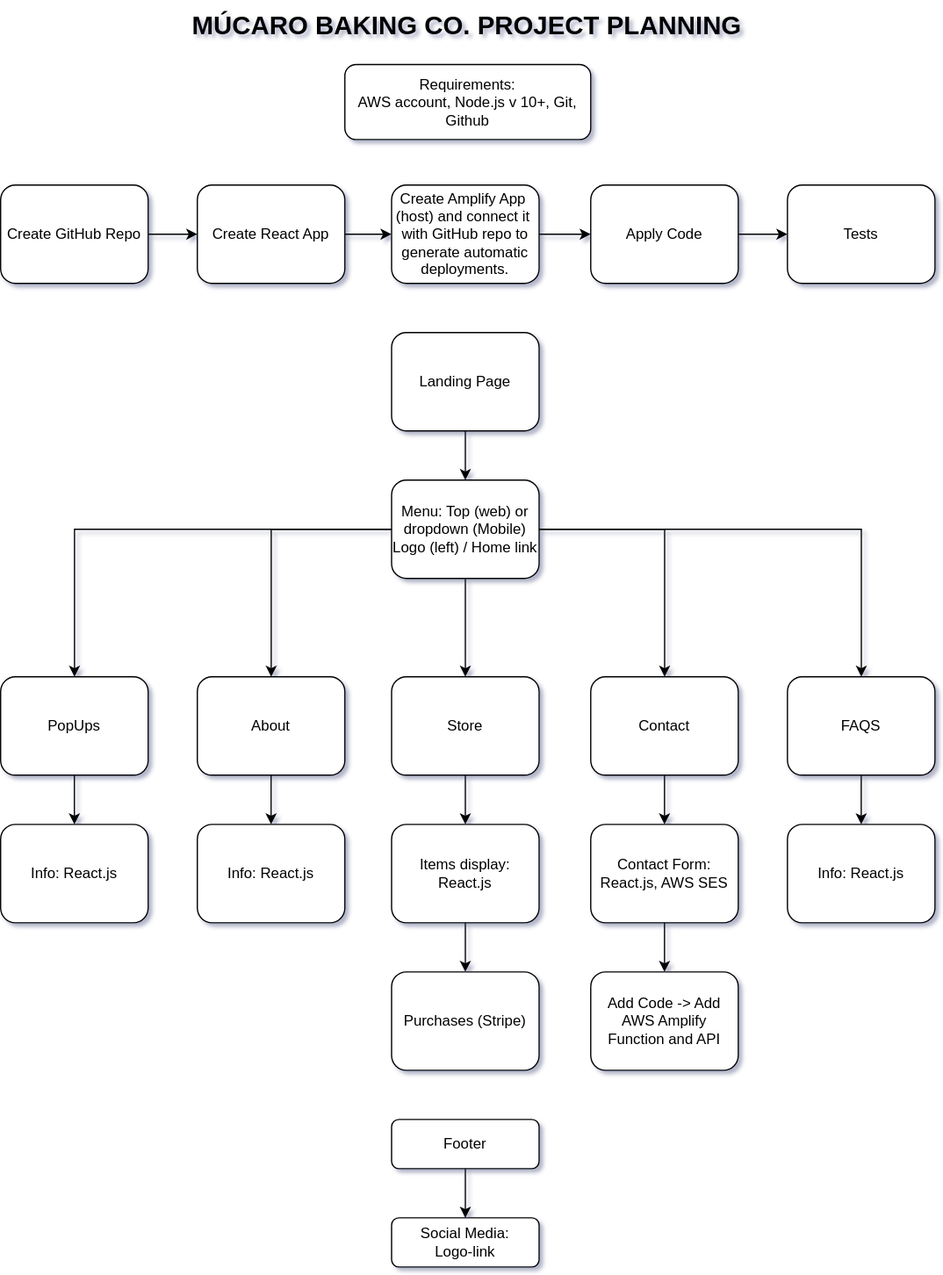
Ugonz86/MucaroBakingCo keeps this draw.io diagram as MucaroBakingCo.drawio.svg. Above is the earlier version. Source tidied: cells renumbered, new cells last; positions are measured from the earlier drawing's top-left corner, leaving out a move shared by most shapes.
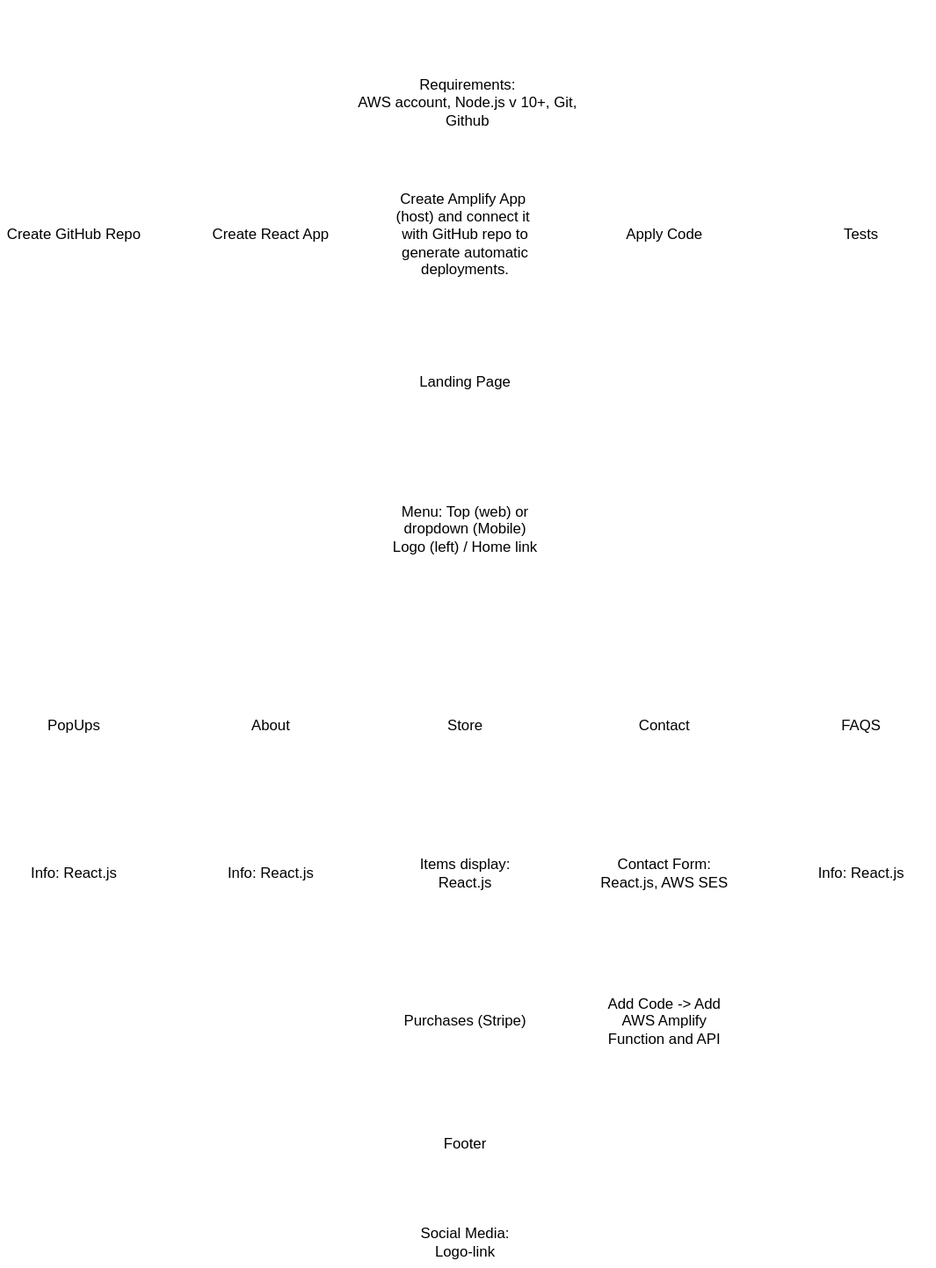
Above is the later version.

Change to the diagram source:
```diff
@@ -1,128 +1,131 @@
-<mxGraphModel>
+<mxGraphModel background="#ffffff">
   <root>
     <mxCell id="0" />
     <mxCell id="1" parent="0" />
-    <mxCell id="2" style="edgeStyle=orthogonalEdgeStyle;rounded=0;jettySize=auto;html=1;" parent="1" edge="1" source="3" target="9">
+    <mxCell id="2" style="edgeStyle=orthogonalEdgeStyle;rounded=0;jettySize=auto;html=1;shadow=0;labelBackgroundColor=none;strokeColor=#FFFFFF;" parent="1" edge="1" source="3" target="9">
       <mxGeometry relative="1" as="geometry" />
     </mxCell>
-    <mxCell id="3" value="Landing Page" style="rounded=1;whiteSpace=wrap;html=1;" parent="1" vertex="1">
+    <mxCell id="3" value="Landing Page" style="rounded=1;whiteSpace=wrap;html=1;shadow=0;labelBackgroundColor=none;strokeColor=#FFFFFF;" parent="1" vertex="1">
       <mxGeometry x="318" y="270" width="120" height="80" as="geometry" />
     </mxCell>
-    <mxCell id="4" style="edgeStyle=orthogonalEdgeStyle;rounded=0;jettySize=auto;html=1;" parent="1" edge="1" source="9" target="11">
+    <mxCell id="4" style="edgeStyle=orthogonalEdgeStyle;rounded=0;jettySize=auto;html=1;shadow=0;labelBackgroundColor=none;strokeColor=#FFFFFF;" parent="1" edge="1" source="9" target="11">
       <mxGeometry relative="1" as="geometry" />
     </mxCell>
-    <mxCell id="5" style="edgeStyle=orthogonalEdgeStyle;rounded=0;jettySize=auto;html=1;" parent="1" edge="1" source="9" target="16">
+    <mxCell id="5" style="edgeStyle=orthogonalEdgeStyle;rounded=0;jettySize=auto;html=1;shadow=0;labelBackgroundColor=none;strokeColor=#FFFFFF;" parent="1" edge="1" source="9" target="16">
       <mxGeometry relative="1" as="geometry" />
     </mxCell>
-    <mxCell id="6" style="edgeStyle=orthogonalEdgeStyle;rounded=0;jettySize=auto;html=1;" parent="1" edge="1" source="9" target="18">
+    <mxCell id="6" style="edgeStyle=orthogonalEdgeStyle;rounded=0;jettySize=auto;html=1;shadow=0;labelBackgroundColor=none;strokeColor=#FFFFFF;" parent="1" edge="1" source="9" target="18">
       <mxGeometry relative="1" as="geometry" />
     </mxCell>
-    <mxCell id="7" style="edgeStyle=orthogonalEdgeStyle;rounded=0;jettySize=auto;html=1;" parent="1" edge="1" source="9" target="20">
+    <mxCell id="7" style="edgeStyle=orthogonalEdgeStyle;rounded=0;jettySize=auto;html=1;shadow=0;labelBackgroundColor=none;strokeColor=#FFFFFF;" parent="1" edge="1" source="9" target="20">
       <mxGeometry relative="1" as="geometry" />
     </mxCell>
-    <mxCell id="8" style="edgeStyle=orthogonalEdgeStyle;rounded=0;jettySize=auto;html=1;" parent="1" edge="1" source="9" target="22">
+    <mxCell id="8" style="edgeStyle=orthogonalEdgeStyle;rounded=0;jettySize=auto;html=1;shadow=0;labelBackgroundColor=none;strokeColor=#FFFFFF;" parent="1" edge="1" source="9" target="22">
       <mxGeometry relative="1" as="geometry" />
     </mxCell>
-    <mxCell id="9" value="Menu: Top (web) or dropdown (Mobile)&lt;br&gt;Logo (left) / Home link" style="rounded=1;whiteSpace=wrap;html=1;" parent="1" vertex="1">
+    <mxCell id="9" value="Menu: Top (web) or dropdown (Mobile)&lt;br&gt;Logo (left) / Home link" style="rounded=1;whiteSpace=wrap;html=1;shadow=0;labelBackgroundColor=none;strokeColor=#FFFFFF;" parent="1" vertex="1">
       <mxGeometry x="318" y="390" width="120" height="80" as="geometry" />
     </mxCell>
-    <mxCell id="10" style="edgeStyle=orthogonalEdgeStyle;rounded=0;jettySize=auto;html=1;" parent="1" edge="1" source="11" target="13">
+    <mxCell id="10" style="edgeStyle=orthogonalEdgeStyle;rounded=0;jettySize=auto;html=1;shadow=0;labelBackgroundColor=none;strokeColor=#FFFFFF;" parent="1" edge="1" source="11" target="13">
       <mxGeometry relative="1" as="geometry" />
     </mxCell>
-    <mxCell id="11" value="Store" style="rounded=1;whiteSpace=wrap;html=1;" parent="1" vertex="1">
+    <mxCell id="11" value="Store" style="rounded=1;whiteSpace=wrap;html=1;shadow=0;labelBackgroundColor=none;strokeColor=#FFFFFF;" parent="1" vertex="1">
       <mxGeometry x="318" y="550" width="120" height="80" as="geometry" />
     </mxCell>
-    <mxCell id="12" style="edgeStyle=orthogonalEdgeStyle;rounded=0;jettySize=auto;html=1;" parent="1" edge="1" source="13" target="14">
+    <mxCell id="12" style="edgeStyle=orthogonalEdgeStyle;rounded=0;jettySize=auto;html=1;shadow=0;labelBackgroundColor=none;strokeColor=#FFFFFF;" parent="1" edge="1" source="13" target="14">
       <mxGeometry relative="1" as="geometry" />
     </mxCell>
-    <mxCell id="13" value="Items display:&lt;br&gt;React.js" style="rounded=1;whiteSpace=wrap;html=1;" parent="1" vertex="1">
+    <mxCell id="13" value="Items display:&lt;br&gt;React.js" style="rounded=1;whiteSpace=wrap;html=1;shadow=0;labelBackgroundColor=none;strokeColor=#FFFFFF;" parent="1" vertex="1">
       <mxGeometry x="318" y="670" width="120" height="80" as="geometry" />
     </mxCell>
-    <mxCell id="14" value="Purchases (Stripe)" style="rounded=1;whiteSpace=wrap;html=1;" parent="1" vertex="1">
+    <mxCell id="14" value="Purchases (Stripe)" style="rounded=1;whiteSpace=wrap;html=1;shadow=0;labelBackgroundColor=none;strokeColor=#FFFFFF;" parent="1" vertex="1">
       <mxGeometry x="318" y="790" width="120" height="80" as="geometry" />
     </mxCell>
-    <mxCell id="15" style="edgeStyle=orthogonalEdgeStyle;rounded=0;jettySize=auto;html=1;" parent="1" edge="1" source="16" target="26">
+    <mxCell id="15" style="edgeStyle=orthogonalEdgeStyle;rounded=0;jettySize=auto;html=1;shadow=0;labelBackgroundColor=none;strokeColor=#FFFFFF;" parent="1" edge="1" source="16" target="26">
       <mxGeometry relative="1" as="geometry" />
     </mxCell>
-    <mxCell id="16" value="About" style="rounded=1;whiteSpace=wrap;html=1;" parent="1" vertex="1">
+    <mxCell id="16" value="About" style="rounded=1;whiteSpace=wrap;html=1;shadow=0;labelBackgroundColor=none;strokeColor=#FFFFFF;" parent="1" vertex="1">
       <mxGeometry x="160" y="550" width="120" height="80" as="geometry" />
     </mxCell>
-    <mxCell id="17" style="edgeStyle=orthogonalEdgeStyle;rounded=0;jettySize=auto;html=1;" parent="1" edge="1" source="18" target="24">
+    <mxCell id="17" style="edgeStyle=orthogonalEdgeStyle;rounded=0;jettySize=auto;html=1;shadow=0;labelBackgroundColor=none;strokeColor=#FFFFFF;" parent="1" edge="1" source="18" target="24">
       <mxGeometry relative="1" as="geometry" />
     </mxCell>
-    <mxCell id="18" value="Contact" style="rounded=1;whiteSpace=wrap;html=1;" parent="1" vertex="1">
+    <mxCell id="18" value="Contact" style="rounded=1;whiteSpace=wrap;html=1;shadow=0;labelBackgroundColor=none;strokeColor=#FFFFFF;" parent="1" vertex="1">
       <mxGeometry x="480" y="550" width="120" height="80" as="geometry" />
     </mxCell>
-    <mxCell id="19" style="edgeStyle=orthogonalEdgeStyle;rounded=0;jettySize=auto;html=1;" parent="1" edge="1" source="20" target="27">
+    <mxCell id="19" style="edgeStyle=orthogonalEdgeStyle;rounded=0;jettySize=auto;html=1;shadow=0;labelBackgroundColor=none;strokeColor=#FFFFFF;" parent="1" edge="1" source="20" target="27">
       <mxGeometry relative="1" as="geometry" />
     </mxCell>
-    <mxCell id="20" value="PopUps" style="whiteSpace=wrap;html=1;rounded=1;" parent="1" vertex="1">
+    <mxCell id="20" value="PopUps" style="whiteSpace=wrap;html=1;rounded=1;shadow=0;labelBackgroundColor=none;strokeColor=#FFFFFF;" parent="1" vertex="1">
       <mxGeometry y="550" width="120" height="80" as="geometry" />
     </mxCell>
-    <mxCell id="21" style="edgeStyle=orthogonalEdgeStyle;rounded=0;jettySize=auto;html=1;" parent="1" edge="1" source="22" target="25">
+    <mxCell id="21" style="edgeStyle=orthogonalEdgeStyle;rounded=0;jettySize=auto;html=1;shadow=0;labelBackgroundColor=none;strokeColor=#FFFFFF;" parent="1" edge="1" source="22" target="25">
       <mxGeometry relative="1" as="geometry" />
     </mxCell>
-    <mxCell id="22" value="FAQS" style="whiteSpace=wrap;html=1;rounded=1;" parent="1" vertex="1">
+    <mxCell id="22" value="FAQS" style="whiteSpace=wrap;html=1;rounded=1;shadow=0;labelBackgroundColor=none;strokeColor=#FFFFFF;" parent="1" vertex="1">
       <mxGeometry x="640" y="550" width="120" height="80" as="geometry" />
     </mxCell>
-    <mxCell id="23" style="edgeStyle=orthogonalEdgeStyle;rounded=0;jettySize=auto;html=1;" parent="1" edge="1" source="24" target="42">
+    <mxCell id="23" style="edgeStyle=orthogonalEdgeStyle;rounded=0;jettySize=auto;html=1;shadow=0;labelBackgroundColor=none;strokeColor=#FFFFFF;" parent="1" edge="1" source="24" target="42">
       <mxGeometry relative="1" as="geometry" />
     </mxCell>
-    <mxCell id="24" value="Contact Form:&lt;br&gt;React.js, AWS SES" style="whiteSpace=wrap;html=1;rounded=1;" parent="1" vertex="1">
+    <mxCell id="24" value="Contact Form:&lt;br&gt;React.js, AWS SES" style="whiteSpace=wrap;html=1;rounded=1;shadow=0;labelBackgroundColor=none;strokeColor=#FFFFFF;" parent="1" vertex="1">
       <mxGeometry x="480" y="670" width="120" height="80" as="geometry" />
     </mxCell>
-    <mxCell id="25" value="Info: React.js" style="whiteSpace=wrap;html=1;rounded=1;" parent="1" vertex="1">
+    <mxCell id="25" value="Info: React.js" style="whiteSpace=wrap;html=1;rounded=1;shadow=0;labelBackgroundColor=none;strokeColor=#FFFFFF;" parent="1" vertex="1">
       <mxGeometry x="640" y="670" width="120" height="80" as="geometry" />
     </mxCell>
-    <mxCell id="26" value="Info: React.js" style="whiteSpace=wrap;html=1;rounded=1;" parent="1" vertex="1">
+    <mxCell id="26" value="Info: React.js" style="whiteSpace=wrap;html=1;rounded=1;shadow=0;labelBackgroundColor=none;strokeColor=#FFFFFF;" parent="1" vertex="1">
       <mxGeometry x="160" y="670" width="120" height="80" as="geometry" />
     </mxCell>
-    <mxCell id="27" value="Info: React.js" style="whiteSpace=wrap;html=1;rounded=1;" parent="1" vertex="1">
+    <mxCell id="27" value="Info: React.js" style="whiteSpace=wrap;html=1;rounded=1;shadow=0;labelBackgroundColor=none;strokeColor=#FFFFFF;" parent="1" vertex="1">
       <mxGeometry y="670" width="120" height="80" as="geometry" />
     </mxCell>
-    <mxCell id="28" style="edgeStyle=orthogonalEdgeStyle;rounded=0;jettySize=auto;html=1;" parent="1" edge="1" source="29" target="30">
+    <mxCell id="28" style="edgeStyle=orthogonalEdgeStyle;rounded=0;jettySize=auto;html=1;shadow=0;labelBackgroundColor=none;strokeColor=#FFFFFF;" parent="1" edge="1" source="29" target="30">
       <mxGeometry relative="1" as="geometry" />
     </mxCell>
-    <mxCell id="29" value="Footer" style="rounded=1;whiteSpace=wrap;html=1;" parent="1" vertex="1">
+    <mxCell id="29" value="Footer" style="rounded=1;whiteSpace=wrap;html=1;shadow=0;labelBackgroundColor=none;strokeColor=#FFFFFF;" parent="1" vertex="1">
       <mxGeometry x="318" y="910" width="120" height="40" as="geometry" />
     </mxCell>
-    <mxCell id="30" value="Social Media:&lt;br&gt;Logo-link" style="rounded=1;whiteSpace=wrap;html=1;" parent="1" vertex="1">
+    <mxCell id="30" value="Social Media:&lt;br&gt;Logo-link" style="rounded=1;whiteSpace=wrap;html=1;shadow=0;labelBackgroundColor=none;strokeColor=#FFFFFF;" parent="1" vertex="1">
       <mxGeometry x="318" y="990" width="120" height="40" as="geometry" />
     </mxCell>
-    <mxCell id="31" style="edgeStyle=orthogonalEdgeStyle;rounded=0;jettySize=auto;html=1;" parent="1" edge="1" source="32" target="34">
+    <mxCell id="31" style="edgeStyle=orthogonalEdgeStyle;rounded=0;jettySize=auto;html=1;shadow=0;labelBackgroundColor=none;strokeColor=#FFFFFF;" parent="1" edge="1" source="32" target="34">
       <mxGeometry relative="1" as="geometry" />
     </mxCell>
+    <mxCell id="43" style="edgeStyle=orthogonalEdgeStyle;rounded=0;jettySize=auto;html=1;strokeColor=#FFFFFF;" parent="1" edge="1" source="32" target="34">
+      <mxGeometry relative="1" as="geometry" />
+    </mxCell>
-    <mxCell id="32" value="Create GitHub Repo" style="rounded=1;whiteSpace=wrap;html=1;" parent="1" vertex="1">
+    <mxCell id="32" value="Create GitHub Repo" style="rounded=1;whiteSpace=wrap;html=1;shadow=0;labelBackgroundColor=none;strokeColor=#FFFFFF;" parent="1" vertex="1">
       <mxGeometry y="150" width="120" height="80" as="geometry" />
     </mxCell>
-    <mxCell id="33" style="edgeStyle=orthogonalEdgeStyle;rounded=0;jettySize=auto;html=1;" parent="1" edge="1" source="34" target="36">
+    <mxCell id="33" style="edgeStyle=orthogonalEdgeStyle;rounded=0;jettySize=auto;html=1;shadow=0;labelBackgroundColor=none;strokeColor=#FFFFFF;" parent="1" edge="1" source="34" target="36">
       <mxGeometry relative="1" as="geometry" />
     </mxCell>
-    <mxCell id="34" value="Create React App" style="whiteSpace=wrap;html=1;rounded=1;" parent="1" vertex="1">
+    <mxCell id="34" value="Create React App" style="whiteSpace=wrap;html=1;rounded=1;shadow=0;labelBackgroundColor=none;strokeColor=#FFFFFF;" parent="1" vertex="1">
       <mxGeometry x="160" y="150" width="120" height="80" as="geometry" />
     </mxCell>
-    <mxCell id="35" style="edgeStyle=orthogonalEdgeStyle;rounded=0;jettySize=auto;html=1;" parent="1" edge="1" source="36" target="38">
+    <mxCell id="35" style="edgeStyle=orthogonalEdgeStyle;rounded=0;jettySize=auto;html=1;shadow=0;labelBackgroundColor=none;strokeColor=#FFFFFF;" parent="1" edge="1" source="36" target="38">
       <mxGeometry relative="1" as="geometry" />
     </mxCell>
-    <mxCell id="36" value="Create Amplify App&amp;nbsp;&lt;br&gt;(host) and connect it&amp;nbsp; with GitHub repo to generate automatic deployments." style="whiteSpace=wrap;html=1;rounded=1;" parent="1" vertex="1">
+    <mxCell id="36" value="Create Amplify App&amp;nbsp;&lt;br&gt;(host) and connect it&amp;nbsp; with GitHub repo to generate automatic deployments." style="whiteSpace=wrap;html=1;rounded=1;shadow=0;labelBackgroundColor=none;strokeColor=#FFFFFF;" parent="1" vertex="1">
       <mxGeometry x="318" y="150" width="120" height="80" as="geometry" />
     </mxCell>
-    <mxCell id="37" style="edgeStyle=orthogonalEdgeStyle;rounded=0;jettySize=auto;html=1;" parent="1" edge="1" source="38" target="39">
+    <mxCell id="37" style="edgeStyle=orthogonalEdgeStyle;rounded=0;jettySize=auto;html=1;shadow=0;labelBackgroundColor=none;strokeColor=#FFFFFF;" parent="1" edge="1" source="38" target="39">
       <mxGeometry relative="1" as="geometry" />
     </mxCell>
-    <mxCell id="38" value="Apply Code" style="whiteSpace=wrap;html=1;rounded=1;" parent="1" vertex="1">
+    <mxCell id="38" value="Apply Code" style="whiteSpace=wrap;html=1;rounded=1;shadow=0;labelBackgroundColor=none;strokeColor=#FFFFFF;" parent="1" vertex="1">
       <mxGeometry x="480" y="150" width="120" height="80" as="geometry" />
     </mxCell>
-    <mxCell id="39" value="Tests" style="whiteSpace=wrap;html=1;rounded=1;" parent="1" vertex="1">
+    <mxCell id="39" value="Tests" style="whiteSpace=wrap;html=1;rounded=1;shadow=0;labelBackgroundColor=none;strokeColor=#FFFFFF;" parent="1" vertex="1">
       <mxGeometry x="640" y="150" width="120" height="80" as="geometry" />
     </mxCell>
-    <mxCell id="40" value="&lt;font style=&quot;font-size: 21px;&quot;&gt;&lt;b&gt;MÚCARO BAKING CO. PROJECT PLANNING&lt;/b&gt;&lt;/font&gt;" style="text;html=1;align=center;verticalAlign=middle;strokeColor=none;fillColor=none;" parent="1" vertex="1">
+    <mxCell id="40" value="&lt;font color=&quot;#ffffff&quot; style=&quot;font-size: 21px;&quot;&gt;&lt;b&gt;MÚCARO BAKING CO. PROJECT PLANNING&lt;/b&gt;&lt;/font&gt;" style="text;html=1;align=center;verticalAlign=middle;strokeColor=none;fillColor=none;labelBackgroundColor=none;shadow=0;" parent="1" vertex="1">
       <mxGeometry x="144" width="470" height="40" as="geometry" />
     </mxCell>
-    <mxCell id="41" value="Requirements:&lt;br&gt;AWS account, Node.js v 10+, Git, Github" style="rounded=1;whiteSpace=wrap;html=1;" parent="1" vertex="1">
+    <mxCell id="41" value="Requirements:&lt;br&gt;AWS account, Node.js v 10+, Git, Github" style="rounded=1;whiteSpace=wrap;html=1;shadow=0;labelBackgroundColor=none;strokeColor=#FFFFFF;" parent="1" vertex="1">
       <mxGeometry x="280" y="52" width="200" height="61" as="geometry" />
     </mxCell>
-    <mxCell id="42" value="Add Code -&amp;gt; Add AWS Amplify Function and API" style="whiteSpace=wrap;html=1;rounded=1;" parent="1" vertex="1">
+    <mxCell id="42" value="Add Code -&amp;gt; Add AWS Amplify Function and API" style="whiteSpace=wrap;html=1;rounded=1;shadow=0;labelBackgroundColor=none;strokeColor=#FFFFFF;" parent="1" vertex="1">
       <mxGeometry x="480" y="790" width="120" height="80" as="geometry" />
     </mxCell>
   </root>
```
